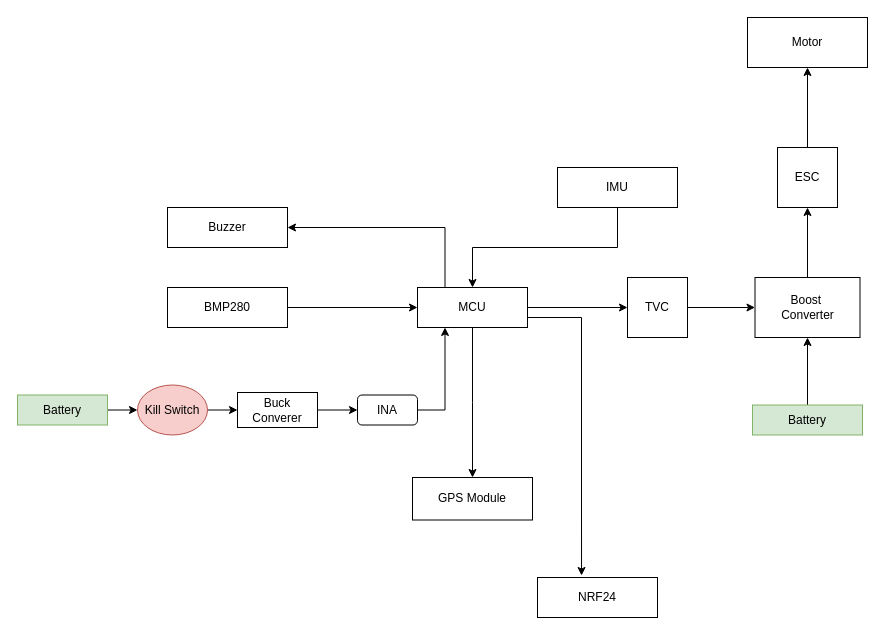
This is page "Page-1" (1 of 2) of ARCUS.drawio from Ahnaf-Ashique-Adi/ARCUS-, a draw.io file, before an edit. Source tidied: cells renumbered, new cells numbered last; positions are measured from the earlier drawing's top-left corner, leaving out a move shared by most shapes. Both pictures are drawn from the tidied source at 100%, with x=0, y=0 at pixel (17, 17).
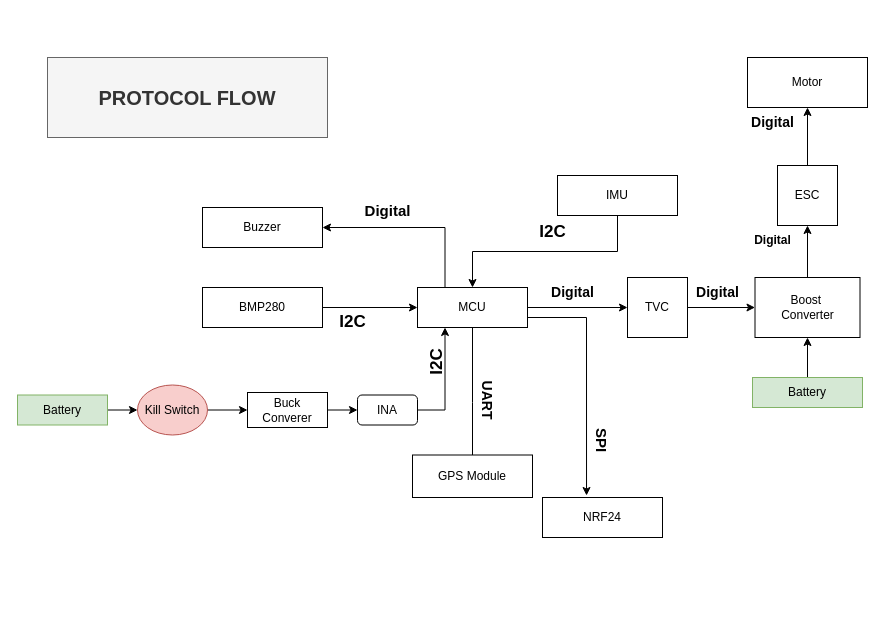
Above is the later version.

Change to the diagram source:
```diff
@@
-<mxGraphModel>
+<mxGraphModel background="#ffffff">
@@
     <mxCell id="7" value="IMU" style="rounded=0;whiteSpace=wrap;html=1;" parent="1" vertex="1">
-      <mxGeometry x="540" y="150" width="120" height="40" as="geometry" />
+      <mxGeometry x="540" y="158" width="120" height="40" as="geometry" />
     </mxCell>
     <mxCell id="8" value="Buzzer" style="rounded=0;whiteSpace=wrap;html=1;" parent="1" vertex="1">
-      <mxGeometry x="150" y="190" width="120" height="40" as="geometry" />
+      <mxGeometry x="185" y="190" width="120" height="40" as="geometry" />
     </mxCell>
@@
     <mxCell id="10" value="BMP280" style="rounded=0;whiteSpace=wrap;html=1;" parent="1" vertex="1">
-      <mxGeometry x="150" y="270" width="120" height="40" as="geometry" />
+      <mxGeometry x="185" y="270" width="120" height="40" as="geometry" />
     </mxCell>
@@
     <mxCell id="14" value="Battery" style="rounded=0;whiteSpace=wrap;html=1;fillColor=#d5e8d4;strokeColor=#82b366;" parent="1" vertex="1">
-      <mxGeometry x="735" y="387.5" width="110" height="30" as="geometry" />
+      <mxGeometry x="735" y="360" width="110" height="30" as="geometry" />
     </mxCell>
@@
     <mxCell id="16" value="Buck&lt;br&gt;Converer" style="rounded=0;whiteSpace=wrap;html=1;" parent="1" vertex="1">
-      <mxGeometry x="220" y="375" width="80" height="35" as="geometry" />
+      <mxGeometry x="230" y="375" width="80" height="35" as="geometry" />
     </mxCell>
@@
     <mxCell id="21" value="GPS Module" style="rounded=0;whiteSpace=wrap;html=1;" parent="1" vertex="1">
-      <mxGeometry x="395" y="460" width="120" height="42.5" as="geometry" />
+      <mxGeometry x="395" y="437.5" width="120" height="42.5" as="geometry" />
     </mxCell>
     <mxCell id="22" value="NRF24" style="rounded=0;whiteSpace=wrap;html=1;" parent="1" vertex="1">
-      <mxGeometry x="520" y="560" width="120" height="40" as="geometry" />
+      <mxGeometry x="525" y="480" width="120" height="40" as="geometry" />
     </mxCell>
@@
     <mxCell id="26" value="ESC" style="whiteSpace=wrap;html=1;" parent="1" vertex="1">
-      <mxGeometry x="760" y="130" width="60" height="60" as="geometry" />
+      <mxGeometry x="760" y="148" width="60" height="60" as="geometry" />
     </mxCell>
     <mxCell id="27" value="Motor" style="rounded=0;whiteSpace=wrap;html=1;" parent="1" vertex="1">
-      <mxGeometry x="730" width="120" height="50" as="geometry" />
+      <mxGeometry x="730" y="40" width="120" height="50" as="geometry" />
     </mxCell>
@@
+    <mxCell id="31" value="&lt;b&gt;&lt;font style=&quot;font-size: 20px;&quot;&gt;PROTOCOL FLOW&lt;/font&gt;&lt;/b&gt;" style="rounded=0;whiteSpace=wrap;html=1;fillColor=#f5f5f5;fontColor=#333333;strokeColor=#666666;" parent="1" vertex="1">
+      <mxGeometry x="30" y="40" width="280" height="80" as="geometry" />
+    </mxCell>
+    <mxCell id="32" value="&lt;b&gt;&lt;font style=&quot;font-size: 14px;&quot;&gt;UART&lt;/font&gt;&lt;/b&gt;" style="text;html=1;align=center;verticalAlign=middle;strokeColor=none;fillColor=none;rotation=90;" parent="1" vertex="1">
+      <mxGeometry x="440" y="367.5" width="60" height="30" as="geometry" />
+    </mxCell>
+    <mxCell id="33" value="&lt;b&gt;&lt;font style=&quot;font-size: 17px;&quot;&gt;I2C&lt;/font&gt;&lt;/b&gt;" style="text;html=1;align=center;verticalAlign=middle;strokeColor=none;fillColor=none;" parent="1" vertex="1">
+      <mxGeometry x="310" y="290" width="50" height="30" as="geometry" />
+    </mxCell>
+    <mxCell id="34" value="&lt;b&gt;&lt;font style=&quot;font-size: 17px;&quot;&gt;I2C&lt;/font&gt;&lt;/b&gt;" style="text;html=1;align=center;verticalAlign=middle;strokeColor=none;fillColor=none;rotation=270;" parent="1" vertex="1">
+      <mxGeometry x="395" y="330" width="50" height="30" as="geometry" />
+    </mxCell>
+    <mxCell id="35" value="&lt;b&gt;&lt;font style=&quot;font-size: 15px;&quot;&gt;SPI&lt;/font&gt;&lt;/b&gt;" style="text;html=1;align=center;verticalAlign=middle;strokeColor=none;fillColor=none;rotation=90;" parent="1" vertex="1">
+      <mxGeometry x="560" y="407.5" width="50" height="30" as="geometry" />
+    </mxCell>
+    <mxCell id="36" value="&lt;b&gt;&lt;font style=&quot;font-size: 17px;&quot;&gt;I2C&lt;/font&gt;&lt;/b&gt;" style="text;html=1;align=center;verticalAlign=middle;strokeColor=none;fillColor=none;" parent="1" vertex="1">
+      <mxGeometry x="510" y="200" width="50" height="30" as="geometry" />
+    </mxCell>
+    <mxCell id="37" value="&lt;b&gt;&lt;font style=&quot;font-size: 15px;&quot;&gt;Digital&lt;/font&gt;&lt;/b&gt;" style="text;html=1;align=center;verticalAlign=middle;strokeColor=none;fillColor=none;" parent="1" vertex="1">
+      <mxGeometry x="335" y="178" width="70" height="30" as="geometry" />
+    </mxCell>
+    <mxCell id="38" value="&lt;b&gt;&lt;font style=&quot;font-size: 14px;&quot;&gt;Digital&lt;/font&gt;&lt;/b&gt;" style="text;html=1;align=center;verticalAlign=middle;strokeColor=none;fillColor=none;" parent="1" vertex="1">
+      <mxGeometry x="520" y="260" width="70" height="30" as="geometry" />
+    </mxCell>
+    <mxCell id="39" value="&lt;b&gt;&lt;font style=&quot;font-size: 14px;&quot;&gt;Digital&lt;/font&gt;&lt;/b&gt;" style="text;html=1;align=center;verticalAlign=middle;strokeColor=none;fillColor=none;" parent="1" vertex="1">
+      <mxGeometry x="665" y="260" width="70" height="30" as="geometry" />
+    </mxCell>
+    <mxCell id="40" value="&lt;b&gt;&lt;font&gt;Digital&lt;/font&gt;&lt;/b&gt;" style="text;html=1;align=center;verticalAlign=middle;strokeColor=none;fillColor=none;rotation=0;" parent="1" vertex="1">
+      <mxGeometry x="725" y="208" width="60" height="30" as="geometry" />
+    </mxCell>
+    <mxCell id="41" value="&lt;b&gt;&lt;font style=&quot;font-size: 14px;&quot;&gt;Digital&lt;/font&gt;&lt;/b&gt;" style="text;html=1;align=center;verticalAlign=middle;strokeColor=none;fillColor=none;" parent="1" vertex="1">
+      <mxGeometry x="720" y="90" width="70" height="30" as="geometry" />
+    </mxCell>
```
